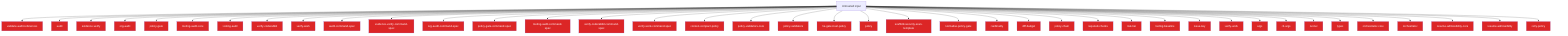
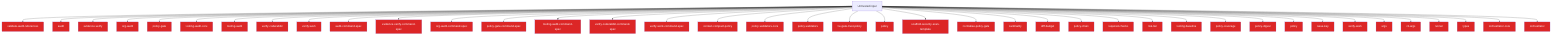
flowchart TD
  Untrusted["Untrusted input"]
  validate_audit_references_811f872a["validate-audit-references"]
  Untrusted --> validate_audit_references_811f872a
  audit_b81f37a0["audit"]
  Untrusted --> audit_b81f37a0
  evidence_verify_3b73c290["evidence-verify"]
  Untrusted --> evidence_verify_3b73c290
  org_audit_d739e44b["org-audit"]
  Untrusted --> org_audit_d739e44b
  policy_gate_213f7313["policy-gate"]
  Untrusted --> policy_gate_213f7313
  tooling_audit_core_328d6a41["tooling-audit-core"]
  Untrusted --> tooling_audit_core_328d6a41
  tooling_audit_8a8239ff["tooling-audit"]
  Untrusted --> tooling_audit_8a8239ff
  verify_coderabbit_490b4e71["verify-coderabbit"]
  Untrusted --> verify_coderabbit_490b4e71
  verify_work_df70ecac["verify-work"]
  Untrusted --> verify_work_df70ecac
  audit_command_spec_5acf0149["audit-command-spec"]
  Untrusted --> audit_command_spec_5acf0149
  evidence_verify_command_spec_e1cbfea2["evidence-verify-command-spec"]
  Untrusted --> evidence_verify_command_spec_e1cbfea2
  org_audit_command_spec_1a570341["org-audit-command-spec"]
  Untrusted --> org_audit_command_spec_1a570341
  policy_gate_command_spec_71e8726a["policy-gate-command-spec"]
  Untrusted --> policy_gate_command_spec_71e8726a
  tooling_audit_command_spec_e0e57863["tooling-audit-command-spec"]
  Untrusted --> tooling_audit_command_spec_e0e57863
  verify_coderabbit_command_spec_68cc9ec5["verify-coderabbit-command-spec"]
  Untrusted --> verify_coderabbit_command_spec_68cc9ec5
  verify_work_command_spec_d6c94ac8["verify-work-command-spec"]
  Untrusted --> verify_work_command_spec_d6c94ac8
  context_compact_policy_3dcaf95d["context-compact-policy"]
  Untrusted --> context_compact_policy_3dcaf95d
  policy_validators_core_714a3fe7["policy-validators-core"]
  Untrusted --> policy_validators_core_714a3fe7
  policy_validators_6682e192["policy-validators"]
  Untrusted --> policy_validators_6682e192
  he_gate_trust_policy_b1126dfd["he-gate-trust-policy"]
  Untrusted --> he_gate_trust_policy_b1126dfd
  policy_823412d1["policy"]
  Untrusted --> policy_823412d1
  scaffold_security_scan_template_55bc7465["scaffold-security-scan-template"]
  Untrusted --> scaffold_security_scan_template_55bc7465
  normalise_policy_gate_90229693["normalise-policy-gate"]
  Untrusted --> normalise_policy_gate_90229693
  cardinality_ebef8aff["cardinality"]
  Untrusted --> cardinality_ebef8aff
  diff_budget_1_9f85eb1c["diff-budget"]
  Untrusted --> diff_budget_1_9f85eb1c
  policy_chain_0c92e343["policy-chain"]
  Untrusted --> policy_chain_0c92e343
  required_checks_46396214["required-checks"]
  Untrusted --> required_checks_46396214
  risk_tier_1_96b6ff91["risk-tier"]
  Untrusted --> risk_tier_1_96b6ff91
  tooling_baseline_50ab2eeb["tooling-baseline"]
  Untrusted --> tooling_baseline_50ab2eeb
+   policy_coverage_dab8febe["policy-coverage"]
+   Untrusted --> policy_coverage_dab8febe
+   policy_digest_ca7acf0a["policy-digest"]
+   Untrusted --> policy_digest_ca7acf0a
+   policy_1_fc4198db["policy"]
+   Untrusted --> policy_1_fc4198db
  issue_key_305bf3db["issue-key"]
  Untrusted --> issue_key_305bf3db
  verify_work_1_cd8e7ec3["verify-work"]
  Untrusted --> verify_work_1_cd8e7ec3
  args_1_15220d9b["args"]
  Untrusted --> args_1_15220d9b
  cli_args_14_3481043e["cli-args"]
  Untrusted --> cli_args_14_3481043e
  runner_1_6f281bf8["runner"]
  Untrusted --> runner_1_6f281bf8
-   types_30_424b976c["types"]
-   Untrusted --> types_30_424b976c
+   types_31_eb363e20["types"]
+   Untrusted --> types_31_eb363e20
  orchestrator_core_d0678b53["orchestrator-core"]
  Untrusted --> orchestrator_core_d0678b53
  orchestrator_1_6b7137c5["orchestrator"]
  Untrusted --> orchestrator_1_6b7137c5
-   resume_admissibility_core_8ab84488["resume-admissibility-core"]
-   Untrusted --> resume_admissibility_core_8ab84488
-   resume_admissibility_a59835da["resume-admissibility"]
-   Untrusted --> resume_admissibility_a59835da
-   retry_policy_eebf8de9["retry-policy"]
-   Untrusted --> retry_policy_eebf8de9
  classDef securityNode fill:#dc2626,color:#fff
-   class validate_audit_references_811f872a,audit_b81f37a0,evidence_verify_3b73c290,org_audit_d739e44b,policy_gate_213f7313,tooling_audit_core_328d6a41,tooling_audit_8a8239ff,verify_coderabbit_490b4e71,verify_work_df70ecac,audit_command_spec_5acf0149,evidence_verify_command_spec_e1cbfea2,org_audit_command_spec_1a570341,policy_gate_command_spec_71e8726a,tooling_audit_command_spec_e0e57863,verify_coderabbit_command_spec_68cc9ec5,verify_work_command_spec_d6c94ac8,context_compact_policy_3dcaf95d,policy_validators_core_714a3fe7,policy_validators_6682e192,he_gate_trust_policy_b1126dfd,policy_823412d1,scaffold_security_scan_template_55bc7465,normalise_policy_gate_90229693,cardinality_ebef8aff,diff_budget_1_9f85eb1c,policy_chain_0c92e343,required_checks_46396214,risk_tier_1_96b6ff91,tooling_baseline_50ab2eeb,issue_key_305bf3db,verify_work_1_cd8e7ec3,args_1_15220d9b,cli_args_14_3481043e,runner_1_6f281bf8,types_30_424b976c,orchestrator_core_d0678b53,orchestrator_1_6b7137c5,resume_admissibility_core_8ab84488,resume_admissibility_a59835da,retry_policy_eebf8de9 securityNode
+   class validate_audit_references_811f872a,audit_b81f37a0,evidence_verify_3b73c290,org_audit_d739e44b,policy_gate_213f7313,tooling_audit_core_328d6a41,tooling_audit_8a8239ff,verify_coderabbit_490b4e71,verify_work_df70ecac,audit_command_spec_5acf0149,evidence_verify_command_spec_e1cbfea2,org_audit_command_spec_1a570341,policy_gate_command_spec_71e8726a,tooling_audit_command_spec_e0e57863,verify_coderabbit_command_spec_68cc9ec5,verify_work_command_spec_d6c94ac8,context_compact_policy_3dcaf95d,policy_validators_core_714a3fe7,policy_validators_6682e192,he_gate_trust_policy_b1126dfd,policy_823412d1,scaffold_security_scan_template_55bc7465,normalise_policy_gate_90229693,cardinality_ebef8aff,diff_budget_1_9f85eb1c,policy_chain_0c92e343,required_checks_46396214,risk_tier_1_96b6ff91,tooling_baseline_50ab2eeb,policy_coverage_dab8febe,policy_digest_ca7acf0a,policy_1_fc4198db,issue_key_305bf3db,verify_work_1_cd8e7ec3,args_1_15220d9b,cli_args_14_3481043e,runner_1_6f281bf8,types_31_eb363e20,orchestrator_core_d0678b53,orchestrator_1_6b7137c5 securityNode
